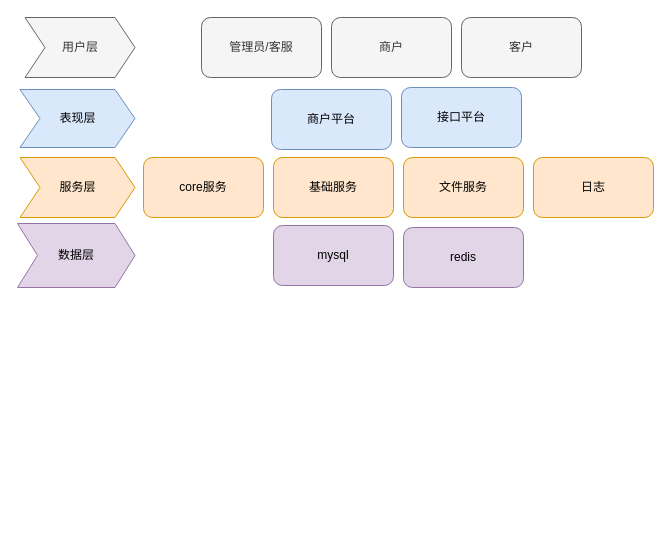
Above: Untitled Diagram.drawio in xiebinze/diagram (draw.io), before the change. Source tidied: cells renumbered, new cells numbered last; positions are measured from the earlier drawing's top-left corner, leaving out a move shared by most shapes. Both pictures are drawn from the tidied source at 100%, with x=0, y=0 at pixel (17, 17).
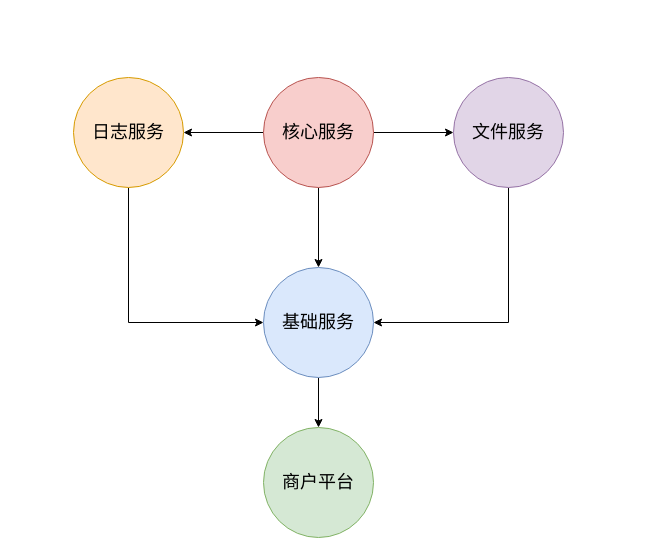
The same page after the edit.

The edit, as a diff of the source:
```diff
@@
 <mxGraphModel>
   <root>
-    <mxCell id="0" />
-    <mxCell id="1" parent="0" />
-    <mxCell id="2" value="用户层" style="shape=step;perimeter=stepPerimeter;whiteSpace=wrap;html=1;fixedSize=1;fillColor=#f5f5f5;strokeColor=#666666;fontColor=#333333;" parent="1" vertex="1">
-      <mxGeometry x="7.5" width="110" height="60" as="geometry" />
-    </mxCell>
-    <mxCell id="3" value="表现层" style="shape=step;perimeter=stepPerimeter;whiteSpace=wrap;html=1;fixedSize=1;fillColor=#dae8fc;strokeColor=#6c8ebf;" parent="1" vertex="1">
-      <mxGeometry x="2.5" y="72" width="115" height="58" as="geometry" />
-    </mxCell>
-    <mxCell id="4" value="服务层" style="shape=step;perimeter=stepPerimeter;whiteSpace=wrap;html=1;fixedSize=1;fillColor=#ffe6cc;strokeColor=#d79b00;" parent="1" vertex="1">
-      <mxGeometry x="2.5" y="140" width="115" height="60" as="geometry" />
-    </mxCell>
-    <mxCell id="5" value="数据层" style="shape=step;perimeter=stepPerimeter;whiteSpace=wrap;html=1;fixedSize=1;fillColor=#e1d5e7;strokeColor=#9673a6;" parent="1" vertex="1">
-      <mxGeometry y="206" width="117.5" height="64" as="geometry" />
-    </mxCell>
-    <mxCell id="6" value="管理员/客服" style="rounded=1;whiteSpace=wrap;html=1;fillColor=#f5f5f5;strokeColor=#666666;fontColor=#333333;" parent="1" vertex="1">
-      <mxGeometry x="184" width="120" height="60" as="geometry" />
-    </mxCell>
-    <mxCell id="7" value="商户" style="rounded=1;whiteSpace=wrap;html=1;fillColor=#f5f5f5;strokeColor=#666666;fontColor=#333333;" parent="1" vertex="1">
-      <mxGeometry x="314" width="120" height="60" as="geometry" />
-    </mxCell>
-    <mxCell id="8" value="客户" style="rounded=1;whiteSpace=wrap;html=1;fillColor=#f5f5f5;strokeColor=#666666;fontColor=#333333;" parent="1" vertex="1">
-      <mxGeometry x="444" width="120" height="60" as="geometry" />
-    </mxCell>
+    <mxCell id="17" />
+    <mxCell id="18" parent="17" />
+    <mxCell id="19" style="edgeStyle=orthogonalEdgeStyle;rounded=0;jettySize=auto;html=1;" parent="18" edge="1" source="22" target="13">
+      <mxGeometry relative="1" as="geometry" />
+    </mxCell>
+    <mxCell id="20" style="edgeStyle=orthogonalEdgeStyle;rounded=0;jettySize=auto;html=1;" parent="18" edge="1" source="22" target="25">
+      <mxGeometry relative="1" as="geometry" />
+    </mxCell>
+    <mxCell id="21" style="edgeStyle=orthogonalEdgeStyle;rounded=0;jettySize=auto;html=1;" parent="18" edge="1" source="22" target="12">
+      <mxGeometry relative="1" as="geometry" />
+    </mxCell>
+    <mxCell id="22" value="&lt;font style=&quot;font-size: 18px&quot;&gt;核心服务&lt;/font&gt;" style="ellipse;whiteSpace=wrap;html=1;fillColor=#f8cecc;strokeColor=#b85450;" parent="18" vertex="1">
+      <mxGeometry x="246" y="60" width="110" height="110" as="geometry" />
+    </mxCell>
+    <mxCell id="23" style="edgeStyle=orthogonalEdgeStyle;rounded=0;jettySize=auto;html=1;exitX=0.5;exitY=1;exitDx=0;exitDy=0;entryX=1;entryY=0.5;entryDx=0;entryDy=0;" parent="18" edge="1" source="13" target="12">
+      <mxGeometry relative="1" as="geometry" />
+    </mxCell>
+    <mxCell id="13" value="&lt;font style=&quot;font-size: 18px&quot;&gt;文件服务&lt;/font&gt;" style="ellipse;whiteSpace=wrap;html=1;fillColor=#e1d5e7;strokeColor=#9673a6;" parent="18" vertex="1">
+      <mxGeometry x="436" y="60" width="110" height="110" as="geometry" />
+    </mxCell>
+    <mxCell id="24" style="edgeStyle=orthogonalEdgeStyle;rounded=0;jettySize=auto;html=1;exitX=0.5;exitY=1;exitDx=0;exitDy=0;entryX=0;entryY=0.5;entryDx=0;entryDy=0;" parent="18" edge="1" source="25" target="12">
+      <mxGeometry relative="1" as="geometry" />
+    </mxCell>
+    <mxCell id="25" value="&lt;font style=&quot;font-size: 18px&quot;&gt;日志服务&lt;/font&gt;" style="ellipse;whiteSpace=wrap;html=1;fillColor=#ffe6cc;strokeColor=#d79b00;" parent="18" vertex="1">
+      <mxGeometry x="56" y="60" width="110" height="110" as="geometry" />
+    </mxCell>
+    <mxCell id="26" style="edgeStyle=orthogonalEdgeStyle;rounded=0;jettySize=auto;html=1;" parent="18" edge="1" source="12" target="9">
+      <mxGeometry relative="1" as="geometry" />
+    </mxCell>
+    <mxCell id="12" value="&lt;font style=&quot;font-size: 18px&quot;&gt;基础服务&lt;/font&gt;" style="ellipse;whiteSpace=wrap;html=1;fillColor=#dae8fc;strokeColor=#6c8ebf;" parent="18" vertex="1">
+      <mxGeometry x="246" y="250" width="110" height="110" as="geometry" />
+    </mxCell>
-    <mxCell id="9" value="商户平台" style="rounded=1;whiteSpace=wrap;html=1;fillColor=#dae8fc;strokeColor=#6c8ebf;" parent="1" vertex="1">
-      <mxGeometry x="254" y="72" width="120" height="60" as="geometry" />
+    <mxCell id="9" value="&lt;font style=&quot;font-size: 18px&quot;&gt;商户平台&lt;/font&gt;" style="ellipse;whiteSpace=wrap;html=1;fillColor=#d5e8d4;strokeColor=#82b366;" parent="18" vertex="1">
+      <mxGeometry x="246" y="410" width="110" height="110" as="geometry" />
     </mxCell>
-    <mxCell id="10" value="接口平台" style="rounded=1;whiteSpace=wrap;html=1;fillColor=#dae8fc;strokeColor=#6c8ebf;" parent="1" vertex="1">
-      <mxGeometry x="384" y="70" width="120" height="60" as="geometry" />
-    </mxCell>
-    <mxCell id="11" value="core服务" style="rounded=1;whiteSpace=wrap;html=1;fillColor=#ffe6cc;strokeColor=#d79b00;" parent="1" vertex="1">
-      <mxGeometry x="126" y="140" width="120" height="60" as="geometry" />
-    </mxCell>
-    <mxCell id="12" value="基础服务" style="rounded=1;whiteSpace=wrap;html=1;fillColor=#ffe6cc;strokeColor=#d79b00;" parent="1" vertex="1">
-      <mxGeometry x="256" y="140" width="120" height="60" as="geometry" />
-    </mxCell>
-    <mxCell id="13" value="文件服务" style="rounded=1;whiteSpace=wrap;html=1;fillColor=#ffe6cc;strokeColor=#d79b00;" parent="1" vertex="1">
-      <mxGeometry x="386" y="140" width="120" height="60" as="geometry" />
-    </mxCell>
-    <mxCell id="14" value="日志" style="rounded=1;whiteSpace=wrap;html=1;fillColor=#ffe6cc;strokeColor=#d79b00;" parent="1" vertex="1">
-      <mxGeometry x="516" y="140" width="120" height="60" as="geometry" />
-    </mxCell>
-    <mxCell id="15" value="mysql" style="rounded=1;whiteSpace=wrap;html=1;fillColor=#e1d5e7;strokeColor=#9673a6;" parent="1" vertex="1">
-      <mxGeometry x="256" y="208" width="120" height="60" as="geometry" />
-    </mxCell>
-    <mxCell id="16" value="redis" style="rounded=1;whiteSpace=wrap;html=1;fillColor=#e1d5e7;strokeColor=#9673a6;" parent="1" vertex="1">
-      <mxGeometry x="386" y="210" width="120" height="60" as="geometry" />
-    </mxCell>
   </root>
 </mxGraphModel>
```
